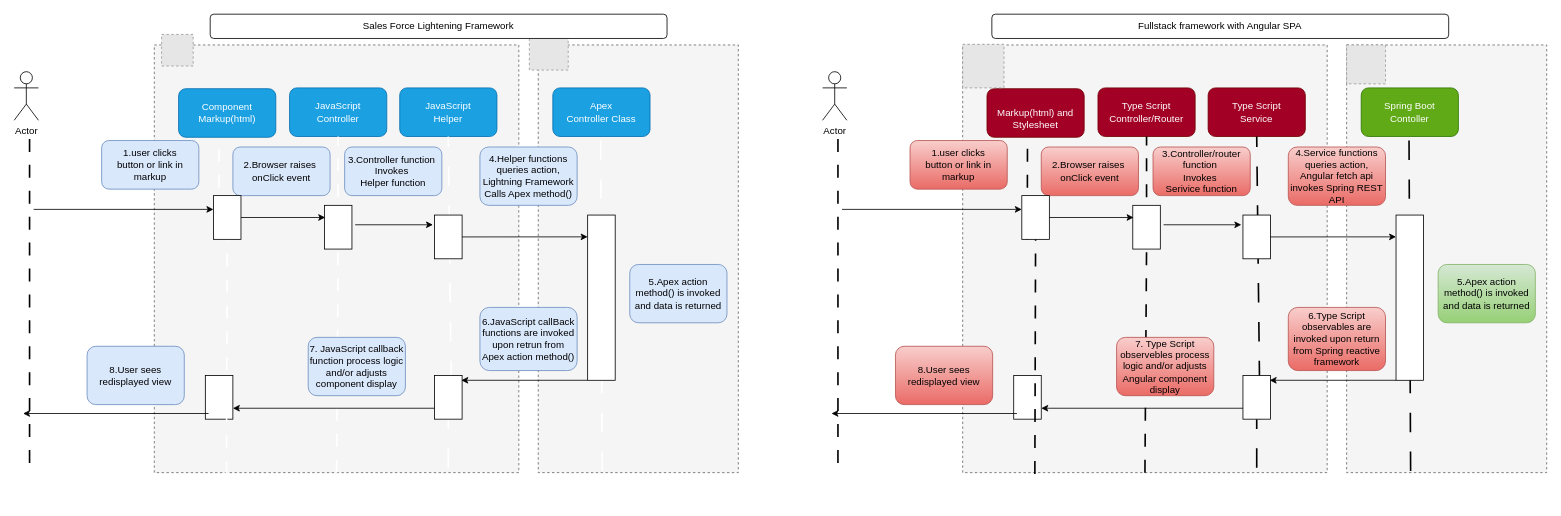
Before: Copy of SalesFroceMigration.drawio in sreenubk/user-tracker, a draw.io diagram. Source tidied: cells renumbered, new cells numbered last; positions are measured from the earlier drawing's top-left corner, leaving out a move shared by most shapes. Both pictures are drawn from the tidied source at 81%, with x=0, y=0 at pixel (14, 14). Pictures stored in the file or linked from it are replaced by grey dashed boxes.
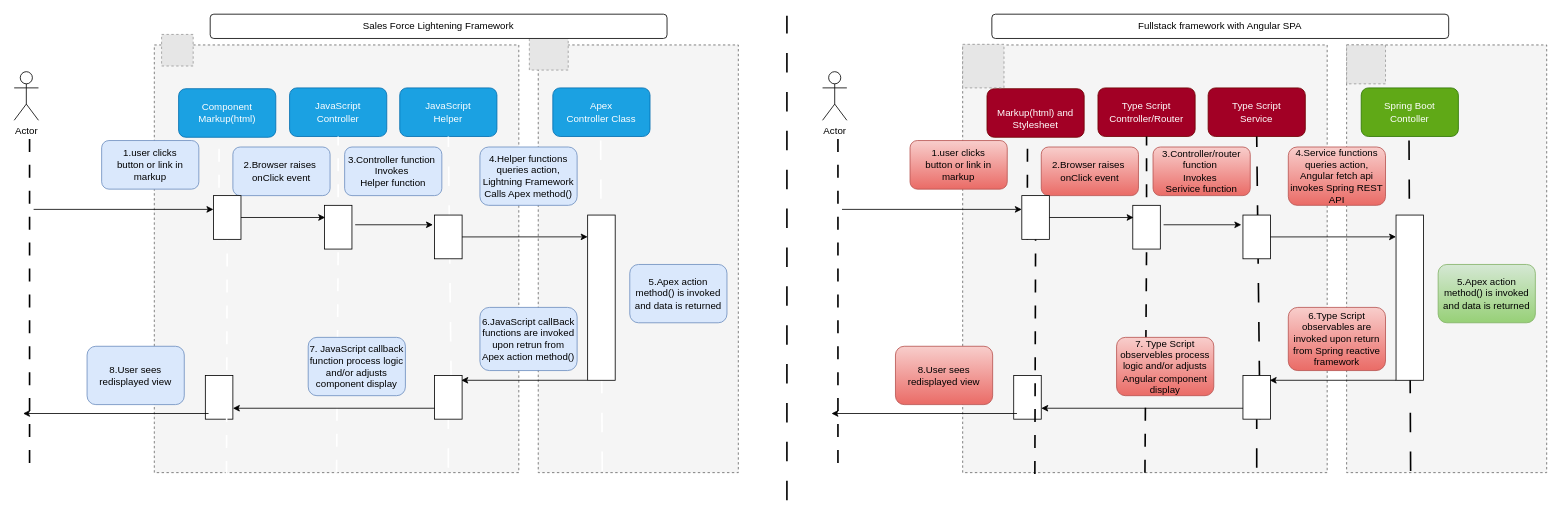
Above is the later version.

The edit, as a diff of the source:
```diff
@@
+    <mxCell id="83" style="endArrow=none;dashed=1;html=1;dashPattern=12 12;strokeWidth=2;rounded=0;" parent="1" edge="1">
+      <mxGeometry relative="1" as="geometry">
+        <mxPoint x="954" y="600" as="sourcePoint" />
+        <mxPoint x="954" y="2" as="targetPoint" />
+      </mxGeometry>
+    </mxCell>
```
